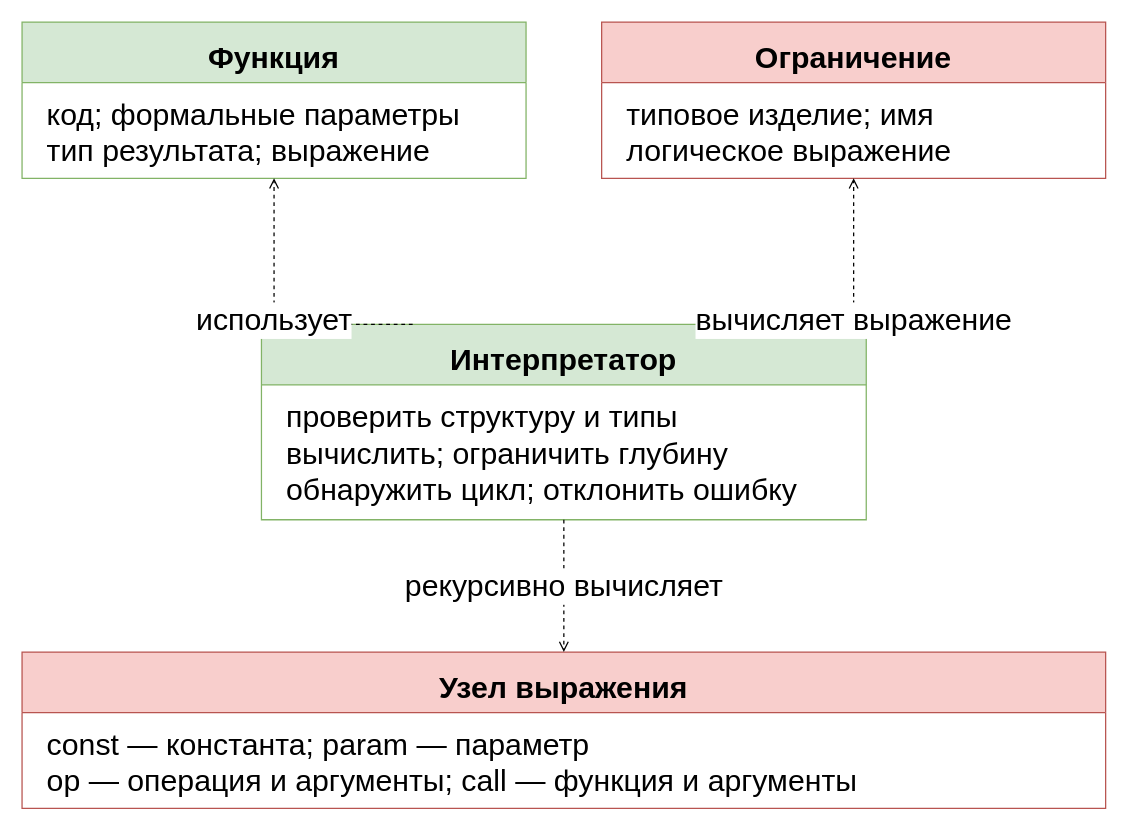
Earlier version of the draw.io diagram utils/lab7/diagrams/04_classes_interpreter.drawio (10xtheo/mispris-sem7). Source tidied: cells renumbered, new cells numbered last; positions are measured from the earlier drawing's top-left corner, leaving out a move shared by most shapes. Both pictures are drawn from the tidied source at 126%, with x=0, y=0 at pixel (21, 21).
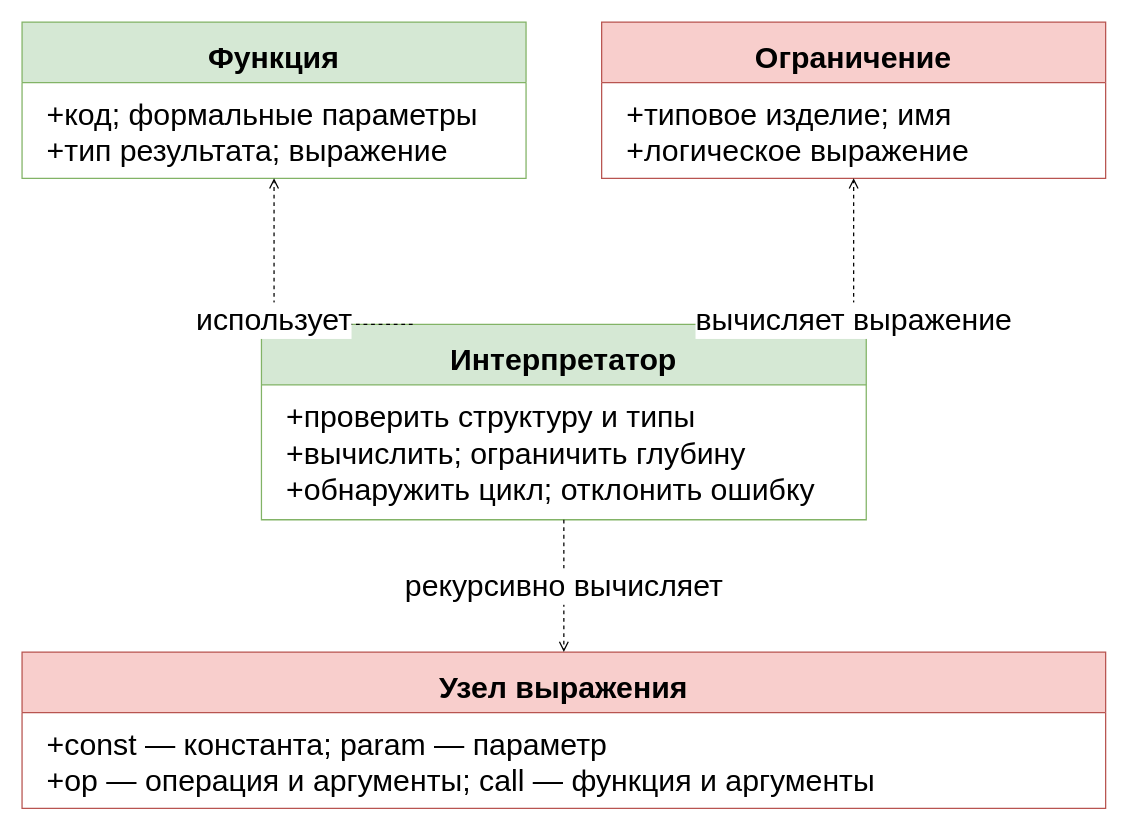
Above is the later version.

Change to the diagram source:
```diff
@@
 <mxGraphModel>
   <root>
     <mxCell id="0" />
     <mxCell id="1" parent="0" />
     <mxCell id="2" value="Функция" style="rounded=0;whiteSpace=wrap;html=1;align=center;verticalAlign=top;fontFamily=Arial;fontSize=24;spacing=10;fillColor=#d5e8d4;strokeColor=#82b366;shape=swimlane;startSize=48;fontStyle=1;swimlaneFillColor=#ffffff;" parent="1" vertex="1">
       <mxGeometry width="400" height="124" as="geometry" />
     </mxCell>
-    <mxCell id="3" value="код; формальные параметры&lt;br&gt;тип результата; выражение" style="text;html=1;align=left;verticalAlign=top;fontFamily=Arial;fontSize=24;spacingLeft=18;spacingTop=5;fillColor=none;strokeColor=none;" parent="2" vertex="1">
+    <mxCell id="3" value="+код; формальные параметры&lt;br&gt;+тип результата; выражение" style="text;html=1;align=left;verticalAlign=top;fontFamily=Arial;fontSize=24;spacingLeft=18;spacingTop=5;fillColor=none;strokeColor=none;" parent="2" vertex="1">
       <mxGeometry y="48" width="400" height="76" as="geometry" />
     </mxCell>
     <mxCell id="4" value="Ограничение" style="rounded=0;whiteSpace=wrap;html=1;align=center;verticalAlign=top;fontFamily=Arial;fontSize=24;spacing=10;fillColor=#f8cecc;strokeColor=#b85450;shape=swimlane;startSize=48;fontStyle=1;swimlaneFillColor=#ffffff;" parent="1" vertex="1">
       <mxGeometry x="460" width="400" height="124" as="geometry" />
     </mxCell>
-    <mxCell id="5" value="типовое изделие; имя&lt;br&gt;логическое выражение" style="text;html=1;align=left;verticalAlign=top;fontFamily=Arial;fontSize=24;spacingLeft=18;spacingTop=5;fillColor=none;strokeColor=none;" parent="4" vertex="1">
+    <mxCell id="5" value="+типовое изделие; имя&lt;br&gt;+логическое выражение" style="text;html=1;align=left;verticalAlign=top;fontFamily=Arial;fontSize=24;spacingLeft=18;spacingTop=5;fillColor=none;strokeColor=none;" parent="4" vertex="1">
       <mxGeometry y="48" width="400" height="76" as="geometry" />
     </mxCell>
     <mxCell id="6" value="Интерпретатор" style="rounded=0;whiteSpace=wrap;html=1;align=center;verticalAlign=top;fontFamily=Arial;fontSize=24;spacing=10;fillColor=#d5e8d4;strokeColor=#82b366;shape=swimlane;startSize=48;fontStyle=1;swimlaneFillColor=#ffffff;" parent="1" vertex="1">
       <mxGeometry x="190" y="240" width="480" height="155" as="geometry" />
     </mxCell>
-    <mxCell id="7" value="проверить структуру и типы&lt;br&gt;вычислить; ограничить глубину&lt;br&gt;обнаружить цикл; отклонить ошибку" style="text;html=1;align=left;verticalAlign=top;fontFamily=Arial;fontSize=24;spacingLeft=18;spacingTop=5;fillColor=none;strokeColor=none;" parent="6" vertex="1">
+    <mxCell id="7" value="+проверить структуру и типы&lt;br&gt;+вычислить; ограничить глубину&lt;br&gt;+обнаружить цикл; отклонить ошибку" style="text;html=1;align=left;verticalAlign=top;fontFamily=Arial;fontSize=24;spacingLeft=18;spacingTop=5;fillColor=none;strokeColor=none;" parent="6" vertex="1">
       <mxGeometry y="48" width="480" height="107" as="geometry" />
     </mxCell>
     <mxCell id="8" value="Узел выражения" style="rounded=0;whiteSpace=wrap;html=1;align=center;verticalAlign=top;fontFamily=Arial;fontSize=24;spacing=10;fillColor=#f8cecc;strokeColor=#b85450;shape=swimlane;startSize=48;fontStyle=1;swimlaneFillColor=#ffffff;" parent="1" vertex="1">
       <mxGeometry y="500" width="860" height="124" as="geometry" />
     </mxCell>
-    <mxCell id="9" value="const — константа; param — параметр&lt;br&gt;op — операция и аргументы; call — функция и аргументы" style="text;html=1;align=left;verticalAlign=top;fontFamily=Arial;fontSize=24;spacingLeft=18;spacingTop=5;fillColor=none;strokeColor=none;" parent="8" vertex="1">
+    <mxCell id="9" value="+const — константа; param — параметр&lt;br&gt;+op — операция и аргументы; call — функция и аргументы" style="text;html=1;align=left;verticalAlign=top;fontFamily=Arial;fontSize=24;spacingLeft=18;spacingTop=5;fillColor=none;strokeColor=none;" parent="8" vertex="1">
       <mxGeometry y="48" width="860" height="76" as="geometry" />
     </mxCell>
     <mxCell id="10" value="использует" style="edgeStyle=orthogonalEdgeStyle;rounded=0;html=1;endArrow=open;fontFamily=Arial;fontSize=24;labelBackgroundColor=#ffffff;exitX=0.25;exitY=0.0;entryX=0.5;entryY=1.0;dashed=1;endArrow=open;" parent="1" edge="1" source="6" target="2">
       <mxGeometry relative="1" as="geometry">
         <Array as="points">
           <mxPoint x="310" y="240" />
           <mxPoint x="200" y="240" />
         </Array>
       </mxGeometry>
     </mxCell>
     <mxCell id="11" value="вычисляет выражение" style="edgeStyle=orthogonalEdgeStyle;rounded=0;html=1;endArrow=open;fontFamily=Arial;fontSize=24;labelBackgroundColor=#ffffff;exitX=0.75;exitY=0.0;entryX=0.5;entryY=1.0;dashed=1;endArrow=open;" parent="1" edge="1" source="6" target="4">
       <mxGeometry relative="1" as="geometry">
         <Array as="points">
           <mxPoint x="550" y="240" />
           <mxPoint x="660" y="240" />
         </Array>
       </mxGeometry>
     </mxCell>
     <mxCell id="12" value="рекурсивно вычисляет" style="edgeStyle=orthogonalEdgeStyle;rounded=0;html=1;endArrow=open;fontFamily=Arial;fontSize=24;labelBackgroundColor=#ffffff;exitX=0.5;exitY=1.0;entryX=0.5;entryY=0.0;dashed=1;endArrow=open;" parent="1" edge="1" source="6" target="8">
       <mxGeometry relative="1" as="geometry" />
     </mxCell>
   </root>
 </mxGraphModel>
```
